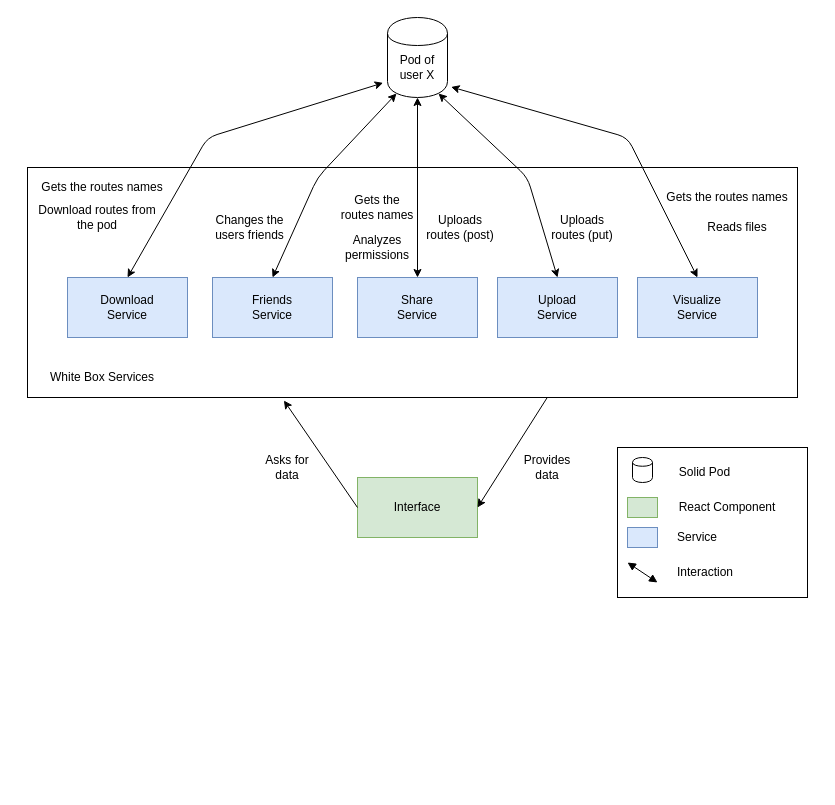
Arquisoft/viade_es1c keeps this draw.io diagram as src/docs/resources/doc05_whiteBoxServices.drawio. Above is the earlier version. Source tidied: cells renumbered, new cells numbered last; positions are measured from the earlier drawing's top-left corner, leaving out a move shared by most shapes. Both pictures are drawn from the tidied source at 100%, with x=0, y=0 at pixel (27, 17).
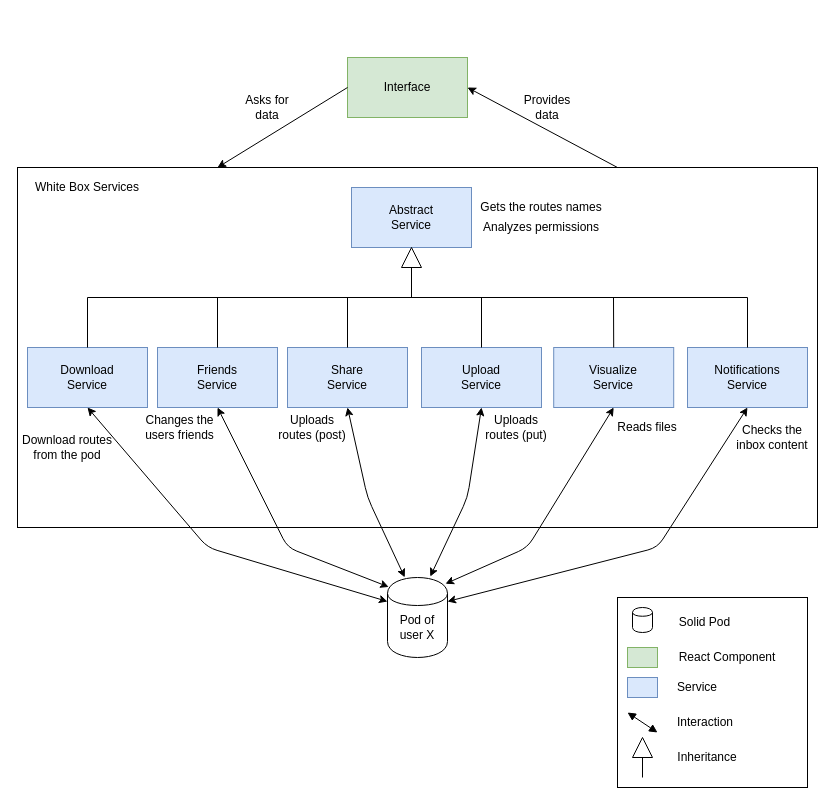
After the change.

What changed in the source:
```diff
@@
     <mxCell id="2" style="rounded=0;whiteSpace=wrap;html=1;" parent="1" vertex="1">
-      <mxGeometry y="150" width="770" height="230" as="geometry" />
+      <mxGeometry x="-10" y="150" width="800" height="360" as="geometry" />
     </mxCell>
     <mxCell id="3" style="shape=cylinder;whiteSpace=wrap;html=1;boundedLbl=1;backgroundOutline=1;" parent="1" vertex="1">
-      <mxGeometry x="360" width="60" height="80" as="geometry" />
+      <mxGeometry x="360" y="560" width="60" height="80" as="geometry" />
     </mxCell>
     <mxCell id="4" value="Pod of user X" style="text;html=1;strokeColor=none;fillColor=none;align=center;verticalAlign=middle;whiteSpace=wrap;rounded=0;" parent="1" vertex="1">
-      <mxGeometry x="370" y="40" width="40" height="20" as="geometry" />
+      <mxGeometry x="370" y="600" width="40" height="20" as="geometry" />
     </mxCell>
     <mxCell id="5" value="White Box Services" style="text;html=1;strokeColor=none;fillColor=none;align=center;verticalAlign=middle;whiteSpace=wrap;rounded=0;" parent="1" vertex="1">
-      <mxGeometry x="10" y="350" width="130" height="20" as="geometry" />
+      <mxGeometry x="-5" y="160" width="130" height="20" as="geometry" />
     </mxCell>
     <mxCell id="6" style="rounded=0;whiteSpace=wrap;html=1;fillColor=#dae8fc;strokeColor=#6c8ebf;" parent="1" vertex="1">
-      <mxGeometry x="330" y="260" width="120" height="60" as="geometry" />
+      <mxGeometry x="260" y="330" width="120" height="60" as="geometry" />
     </mxCell>
     <mxCell id="7" style="rounded=0;whiteSpace=wrap;html=1;fillColor=#dae8fc;strokeColor=#6c8ebf;" parent="1" vertex="1">
-      <mxGeometry x="40" y="260" width="120" height="60" as="geometry" />
+      <mxGeometry y="330" width="120" height="60" as="geometry" />
     </mxCell>
     <mxCell id="8" style="rounded=0;whiteSpace=wrap;html=1;fillColor=#dae8fc;strokeColor=#6c8ebf;" parent="1" vertex="1">
-      <mxGeometry x="185" y="260" width="120" height="60" as="geometry" />
+      <mxGeometry x="130" y="330" width="120" height="60" as="geometry" />
     </mxCell>
     <mxCell id="9" style="rounded=0;whiteSpace=wrap;html=1;fillColor=#dae8fc;strokeColor=#6c8ebf;" parent="1" vertex="1">
-      <mxGeometry x="470" y="260" width="120" height="60" as="geometry" />
+      <mxGeometry x="394" y="330" width="120" height="60" as="geometry" />
     </mxCell>
     <mxCell id="10" style="rounded=0;whiteSpace=wrap;html=1;fillColor=#dae8fc;strokeColor=#6c8ebf;" parent="1" vertex="1">
-      <mxGeometry x="610" y="260" width="120" height="60" as="geometry" />
+      <mxGeometry x="526.2" y="330" width="120" height="60" as="geometry" />
     </mxCell>
     <mxCell id="11" value="Download Service" style="text;html=1;strokeColor=none;fillColor=none;align=center;verticalAlign=middle;whiteSpace=wrap;rounded=0;" parent="1" vertex="1">
-      <mxGeometry x="80" y="280" width="40" height="20" as="geometry" />
+      <mxGeometry x="40" y="350" width="40" height="20" as="geometry" />
     </mxCell>
     <mxCell id="12" value="Friends Service" style="text;html=1;strokeColor=none;fillColor=none;align=center;verticalAlign=middle;whiteSpace=wrap;rounded=0;" parent="1" vertex="1">
-      <mxGeometry x="225" y="280" width="40" height="20" as="geometry" />
+      <mxGeometry x="170" y="350" width="40" height="20" as="geometry" />
     </mxCell>
     <mxCell id="13" value="Share Service" style="text;html=1;strokeColor=none;fillColor=none;align=center;verticalAlign=middle;whiteSpace=wrap;rounded=0;" parent="1" vertex="1">
-      <mxGeometry x="370" y="280" width="40" height="20" as="geometry" />
+      <mxGeometry x="300" y="350" width="40" height="20" as="geometry" />
     </mxCell>
     <mxCell id="14" value="Upload Service" style="text;html=1;strokeColor=none;fillColor=none;align=center;verticalAlign=middle;whiteSpace=wrap;rounded=0;" parent="1" vertex="1">
-      <mxGeometry x="510" y="280" width="40" height="20" as="geometry" />
+      <mxGeometry x="434" y="350" width="40" height="20" as="geometry" />
     </mxCell>
     <mxCell id="15" value="Visualize Service" style="text;html=1;strokeColor=none;fillColor=none;align=center;verticalAlign=middle;whiteSpace=wrap;rounded=0;" parent="1" vertex="1">
-      <mxGeometry x="650" y="280" width="40" height="20" as="geometry" />
+      <mxGeometry x="566.2" y="350" width="40" height="20" as="geometry" />
     </mxCell>
-    <mxCell id="16" value="Gets the routes names" style="text;html=1;strokeColor=none;fillColor=none;align=center;verticalAlign=middle;whiteSpace=wrap;rounded=0;" parent="1" vertex="1">
-      <mxGeometry x="10" y="160" width="130" height="20" as="geometry" />
-    </mxCell>
     <mxCell id="17" value="Download routes from the pod" style="text;html=1;strokeColor=none;fillColor=none;align=center;verticalAlign=middle;whiteSpace=wrap;rounded=0;" parent="1" vertex="1">
-      <mxGeometry x="10" y="190" width="120" height="20" as="geometry" />
+      <mxGeometry x="-10" y="420" width="100" height="20" as="geometry" />
     </mxCell>
     <mxCell id="18" value="Changes the users friends" style="text;html=1;strokeColor=none;fillColor=none;align=center;verticalAlign=middle;whiteSpace=wrap;rounded=0;" parent="1" vertex="1">
-      <mxGeometry x="180" y="200" width="85" height="20" as="geometry" />
+      <mxGeometry x="110" y="400" width="85" height="20" as="geometry" />
     </mxCell>
-    <mxCell id="19" value="Gets the routes names" style="text;html=1;strokeColor=none;fillColor=none;align=center;verticalAlign=middle;whiteSpace=wrap;rounded=0;" parent="1" vertex="1">
-      <mxGeometry x="310" y="180" width="80" height="20" as="geometry" />
-    </mxCell>
     <mxCell id="20" value="Analyzes permissions" style="text;html=1;strokeColor=none;fillColor=none;align=center;verticalAlign=middle;whiteSpace=wrap;rounded=0;" parent="1" vertex="1">
-      <mxGeometry x="320" y="220" width="60" height="20" as="geometry" />
+      <mxGeometry x="454" y="200" width="120" height="20" as="geometry" />
     </mxCell>
     <mxCell id="21" value="Uploads routes (post)" style="text;html=1;strokeColor=none;fillColor=none;align=center;verticalAlign=middle;whiteSpace=wrap;rounded=0;" parent="1" vertex="1">
-      <mxGeometry x="397.5" y="200" width="70" height="20" as="geometry" />
+      <mxGeometry x="250" y="400" width="70" height="20" as="geometry" />
     </mxCell>
     <mxCell id="22" value="Uploads routes (put)" style="text;html=1;strokeColor=none;fillColor=none;align=center;verticalAlign=middle;whiteSpace=wrap;rounded=0;" parent="1" vertex="1">
-      <mxGeometry x="520" y="200" width="70" height="20" as="geometry" />
+      <mxGeometry x="454" y="400" width="70" height="20" as="geometry" />
     </mxCell>
     <mxCell id="23" value="Gets the routes names" style="text;html=1;strokeColor=none;fillColor=none;align=center;verticalAlign=middle;whiteSpace=wrap;rounded=0;" parent="1" vertex="1">
-      <mxGeometry x="630" y="170" width="140" height="20" as="geometry" />
+      <mxGeometry x="444" y="180" width="140" height="20" as="geometry" />
     </mxCell>
     <mxCell id="24" value="Reads files" style="text;html=1;strokeColor=none;fillColor=none;align=center;verticalAlign=middle;whiteSpace=wrap;rounded=0;" parent="1" vertex="1">
-      <mxGeometry x="670" y="200" width="80" height="20" as="geometry" />
+      <mxGeometry x="580" y="400" width="80" height="20" as="geometry" />
     </mxCell>
     <mxCell id="25" style="rounded=0;whiteSpace=wrap;html=1;fillColor=#d5e8d4;strokeColor=#82b366;" parent="1" vertex="1">
-      <mxGeometry x="330" y="460" width="120" height="60" as="geometry" />
+      <mxGeometry x="320" y="40" width="120" height="60" as="geometry" />
     </mxCell>
     <mxCell id="26" value="Interface" style="text;html=1;strokeColor=none;fillColor=none;align=center;verticalAlign=middle;whiteSpace=wrap;rounded=0;" parent="1" vertex="1">
-      <mxGeometry x="370" y="480" width="40" height="20" as="geometry" />
+      <mxGeometry x="360" y="60" width="40" height="20" as="geometry" />
     </mxCell>
-    <mxCell id="27" style="endArrow=classic;html=1;exitX=0;exitY=0.5;exitDx=0;exitDy=0;entryX=0.333;entryY=1.013;entryDx=0;entryDy=0;entryPerimeter=0;" parent="1" edge="1" source="25" target="2">
+    <mxCell id="27" style="endArrow=classic;html=1;exitX=0;exitY=0.5;exitDx=0;exitDy=0;entryX=0.25;entryY=0;entryDx=0;entryDy=0;" parent="1" edge="1" source="25" target="2">
       <mxGeometry relative="1" as="geometry" />
     </mxCell>
-    <mxCell id="28" style="endArrow=classic;html=1;entryX=1;entryY=0.5;entryDx=0;entryDy=0;exitX=0.675;exitY=1;exitDx=0;exitDy=0;exitPerimeter=0;" parent="1" edge="1" source="2" target="25">
+    <mxCell id="28" style="endArrow=classic;html=1;entryX=1;entryY=0.5;entryDx=0;entryDy=0;exitX=0.75;exitY=0;exitDx=0;exitDy=0;" parent="1" edge="1" source="2" target="25">
       <mxGeometry relative="1" as="geometry" />
     </mxCell>
     <mxCell id="29" value="Asks for data" style="text;html=1;strokeColor=none;fillColor=none;align=center;verticalAlign=middle;whiteSpace=wrap;rounded=0;" parent="1" vertex="1">
-      <mxGeometry x="230" y="440" width="60" height="20" as="geometry" />
+      <mxGeometry x="210" y="80" width="60" height="20" as="geometry" />
     </mxCell>
     <mxCell id="30" value="Provides data" style="text;html=1;strokeColor=none;fillColor=none;align=center;verticalAlign=middle;whiteSpace=wrap;rounded=0;" parent="1" vertex="1">
-      <mxGeometry x="500" y="440" width="40" height="20" as="geometry" />
+      <mxGeometry x="500" y="80" width="40" height="20" as="geometry" />
     </mxCell>
-    <mxCell id="31" style="endArrow=classic;startArrow=classic;html=1;entryX=-0.073;entryY=0.817;entryDx=0;entryDy=0;entryPerimeter=0;exitX=0.5;exitY=0;exitDx=0;exitDy=0;" parent="1" edge="1" source="7" target="3">
+    <mxCell id="31" style="endArrow=classic;startArrow=classic;html=1;entryX=0;entryY=0.3;entryDx=0;entryDy=0;exitX=0.5;exitY=1;exitDx=0;exitDy=0;" parent="1" edge="1" source="7" target="3">
       <mxGeometry relative="1" as="geometry">
         <Array as="points">
-          <mxPoint x="180" y="120" />
+          <mxPoint x="180" y="530" />
         </Array>
       </mxGeometry>
     </mxCell>
-    <mxCell id="32" style="endArrow=classic;startArrow=classic;html=1;entryX=0.15;entryY=0.95;entryDx=0;entryDy=0;entryPerimeter=0;exitX=0.5;exitY=0;exitDx=0;exitDy=0;" parent="1" edge="1" source="8" target="3">
-      <mxGeometry relative="1" as="geometry">
-        <Array as="points">
-          <mxPoint x="290" y="160" />
-        </Array>
-      </mxGeometry>
-    </mxCell>
-    <mxCell id="33" style="endArrow=classic;startArrow=classic;html=1;entryX=0.5;entryY=1;entryDx=0;entryDy=0;exitX=0.5;exitY=0;exitDx=0;exitDy=0;" parent="1" edge="1" source="6" target="3">
-      <mxGeometry relative="1" as="geometry" />
-    </mxCell>
-    <mxCell id="34" style="endArrow=classic;startArrow=classic;html=1;entryX=0.85;entryY=0.95;entryDx=0;entryDy=0;entryPerimeter=0;exitX=0.5;exitY=0;exitDx=0;exitDy=0;" parent="1" edge="1" source="9" target="3">
-      <mxGeometry relative="1" as="geometry">
-        <Array as="points">
-          <mxPoint x="500" y="160" />
-        </Array>
-      </mxGeometry>
-    </mxCell>
-    <mxCell id="35" style="endArrow=classic;startArrow=classic;html=1;exitX=0.5;exitY=0;exitDx=0;exitDy=0;entryX=1.06;entryY=0.868;entryDx=0;entryDy=0;entryPerimeter=0;" parent="1" edge="1" source="10" target="3">
-      <mxGeometry relative="1" as="geometry">
-        <Array as="points">
-          <mxPoint x="600" y="120" />
-        </Array>
-      </mxGeometry>
-    </mxCell>
     <mxCell id="36" style="rounded=0;whiteSpace=wrap;html=1;" parent="1" vertex="1">
-      <mxGeometry x="590" y="430" width="190" height="150" as="geometry" />
+      <mxGeometry x="590" y="580" width="190" height="190" as="geometry" />
     </mxCell>
     <mxCell id="37" style="rounded=0;whiteSpace=wrap;html=1;fillColor=#d5e8d4;strokeColor=#82b366;" parent="1" vertex="1">
-      <mxGeometry x="600" y="480" width="30" height="20" as="geometry" />
+      <mxGeometry x="600" y="630" width="30" height="20" as="geometry" />
     </mxCell>
     <mxCell id="38" value="React Component" style="text;html=1;strokeColor=none;fillColor=none;align=center;verticalAlign=middle;whiteSpace=wrap;rounded=0;" parent="1" vertex="1">
-      <mxGeometry x="646.2" y="480" width="107.5" height="20" as="geometry" />
+      <mxGeometry x="646.2" y="630" width="107.5" height="20" as="geometry" />
     </mxCell>
     <mxCell id="39" style="shape=cylinder;whiteSpace=wrap;html=1;boundedLbl=1;backgroundOutline=1;" parent="1" vertex="1">
-      <mxGeometry x="605" y="440" width="20" height="25" as="geometry" />
+      <mxGeometry x="605" y="590" width="20" height="25" as="geometry" />
     </mxCell>
     <mxCell id="40" value="Solid Pod" style="text;html=1;strokeColor=none;fillColor=none;align=center;verticalAlign=middle;whiteSpace=wrap;rounded=0;" parent="1" vertex="1">
-      <mxGeometry x="650" y="445" width="55" height="20" as="geometry" />
+      <mxGeometry x="650" y="595" width="55" height="20" as="geometry" />
     </mxCell>
     <mxCell id="41" style="rounded=0;whiteSpace=wrap;html=1;fillColor=#dae8fc;strokeColor=#6c8ebf;" parent="1" vertex="1">
-      <mxGeometry x="600" y="510" width="30" height="20" as="geometry" />
+      <mxGeometry x="600" y="660" width="30" height="20" as="geometry" />
     </mxCell>
     <mxCell id="42" value="Service" style="text;html=1;strokeColor=none;fillColor=none;align=center;verticalAlign=middle;whiteSpace=wrap;rounded=0;" parent="1" vertex="1">
-      <mxGeometry x="650" y="510" width="40" height="20" as="geometry" />
+      <mxGeometry x="650" y="660" width="40" height="20" as="geometry" />
     </mxCell>
     <mxCell id="43" style="endArrow=block;startArrow=block;endFill=1;startFill=1;html=1;" parent="1" edge="1">
       <mxGeometry relative="1" as="geometry">
-        <mxPoint x="600" y="545" as="sourcePoint" />
-        <mxPoint x="630" y="565" as="targetPoint" />
+        <mxPoint x="600" y="695" as="sourcePoint" />
+        <mxPoint x="630" y="715" as="targetPoint" />
       </mxGeometry>
     </mxCell>
     <mxCell id="44" value="Interaction" style="text;html=1;strokeColor=none;fillColor=none;align=center;verticalAlign=middle;whiteSpace=wrap;rounded=0;" parent="1" vertex="1">
-      <mxGeometry x="651.2" y="545" width="53.8" height="20" as="geometry" />
+      <mxGeometry x="651.2" y="695" width="53.8" height="20" as="geometry" />
     </mxCell>
+    <mxCell id="45" style="rounded=0;whiteSpace=wrap;html=1;fillColor=#dae8fc;strokeColor=#6c8ebf;" parent="1" vertex="1">
+      <mxGeometry x="660" y="330" width="120" height="60" as="geometry" />
+    </mxCell>
+    <mxCell id="46" value="Notifications Service" style="text;html=1;strokeColor=none;fillColor=none;align=center;verticalAlign=middle;whiteSpace=wrap;rounded=0;" parent="1" vertex="1">
+      <mxGeometry x="695" y="350" width="50" height="20" as="geometry" />
+    </mxCell>
+    <mxCell id="47" value="Checks the inbox content" style="text;html=1;strokeColor=none;fillColor=none;align=center;verticalAlign=middle;whiteSpace=wrap;rounded=0;" parent="1" vertex="1">
+      <mxGeometry x="705" y="410" width="80" height="20" as="geometry" />
+    </mxCell>
+    <mxCell id="48" style="rounded=0;whiteSpace=wrap;html=1;fillColor=#dae8fc;strokeColor=#6c8ebf;" parent="1" vertex="1">
+      <mxGeometry x="324" y="170" width="120" height="60" as="geometry" />
+    </mxCell>
+    <mxCell id="49" value="Abstract Service" style="text;html=1;strokeColor=none;fillColor=none;align=center;verticalAlign=middle;whiteSpace=wrap;rounded=0;" parent="1" vertex="1">
+      <mxGeometry x="359" y="190" width="50" height="20" as="geometry" />
+    </mxCell>
+    <mxCell id="50" style="triangle;whiteSpace=wrap;html=1;rotation=-90;" parent="1" vertex="1">
+      <mxGeometry x="374" y="230" width="20" height="20" as="geometry" />
+    </mxCell>
+    <mxCell id="51" style="triangle;whiteSpace=wrap;html=1;rotation=-90;" parent="1" vertex="1">
+      <mxGeometry x="605" y="720" width="20" height="20" as="geometry" />
+    </mxCell>
+    <mxCell id="52" style="endArrow=none;html=1;entryX=0;entryY=0.5;entryDx=0;entryDy=0;" parent="1" edge="1" target="51">
+      <mxGeometry relative="1" as="geometry">
+        <mxPoint x="615" y="760" as="sourcePoint" />
+      </mxGeometry>
+    </mxCell>
+    <mxCell id="53" value="Inheritance" style="text;html=1;strokeColor=none;fillColor=none;align=center;verticalAlign=middle;whiteSpace=wrap;rounded=0;" parent="1" vertex="1">
+      <mxGeometry x="650" y="730" width="60" height="20" as="geometry" />
+    </mxCell>
+    <mxCell id="54" style="endArrow=none;html=1;entryX=0;entryY=0.5;entryDx=0;entryDy=0;exitX=0.5;exitY=0;exitDx=0;exitDy=0;rounded=0;" parent="1" edge="1" source="8" target="50">
+      <mxGeometry relative="1" as="geometry">
+        <Array as="points">
+          <mxPoint x="190" y="280" />
+          <mxPoint x="384" y="280" />
+        </Array>
+      </mxGeometry>
+    </mxCell>
+    <mxCell id="55" style="endArrow=none;html=1;entryX=0;entryY=0.5;entryDx=0;entryDy=0;exitX=0.5;exitY=0;exitDx=0;exitDy=0;rounded=0;" parent="1" edge="1" source="10" target="50">
+      <mxGeometry relative="1" as="geometry">
+        <Array as="points">
+          <mxPoint x="586" y="280" />
+          <mxPoint x="384" y="280" />
+        </Array>
+      </mxGeometry>
+    </mxCell>
+    <mxCell id="56" style="endArrow=none;html=1;entryX=0;entryY=0.5;entryDx=0;entryDy=0;exitX=0.5;exitY=0;exitDx=0;exitDy=0;rounded=0;" parent="1" edge="1" source="45" target="50">
+      <mxGeometry relative="1" as="geometry">
+        <Array as="points">
+          <mxPoint x="720" y="280" />
+          <mxPoint x="384" y="280" />
+        </Array>
+      </mxGeometry>
+    </mxCell>
+    <mxCell id="57" style="endArrow=none;html=1;entryX=0;entryY=0.5;entryDx=0;entryDy=0;exitX=0.5;exitY=0;exitDx=0;exitDy=0;rounded=0;" parent="1" edge="1" source="7" target="50">
+      <mxGeometry relative="1" as="geometry">
+        <Array as="points">
+          <mxPoint x="60" y="280" />
+          <mxPoint x="384" y="280" />
+        </Array>
+      </mxGeometry>
+    </mxCell>
+    <mxCell id="58" style="endArrow=classic;startArrow=classic;html=1;entryX=0.5;entryY=1;entryDx=0;entryDy=0;exitX=0.02;exitY=0.118;exitDx=0;exitDy=0;exitPerimeter=0;" parent="1" edge="1" source="3" target="8">
+      <mxGeometry relative="1" as="geometry">
+        <Array as="points">
+          <mxPoint x="260" y="530" />
+        </Array>
+      </mxGeometry>
+    </mxCell>
+    <mxCell id="59" style="endArrow=classic;startArrow=classic;html=1;entryX=0.5;entryY=1;entryDx=0;entryDy=0;exitX=0.287;exitY=-0.002;exitDx=0;exitDy=0;exitPerimeter=0;" parent="1" edge="1" source="3" target="6">
+      <mxGeometry relative="1" as="geometry">
+        <Array as="points">
+          <mxPoint x="340" y="480" />
+        </Array>
+      </mxGeometry>
+    </mxCell>
+    <mxCell id="60" style="endArrow=classic;startArrow=classic;html=1;entryX=0.5;entryY=1;entryDx=0;entryDy=0;exitX=0.713;exitY=-0.012;exitDx=0;exitDy=0;exitPerimeter=0;" parent="1" edge="1" source="3" target="9">
+      <mxGeometry relative="1" as="geometry">
+        <Array as="points">
+          <mxPoint x="440" y="480" />
+        </Array>
+      </mxGeometry>
+    </mxCell>
+    <mxCell id="61" style="endArrow=classic;startArrow=classic;html=1;entryX=0.5;entryY=1;entryDx=0;entryDy=0;exitX=0.967;exitY=0.078;exitDx=0;exitDy=0;exitPerimeter=0;" parent="1" edge="1" source="3" target="10">
+      <mxGeometry relative="1" as="geometry">
+        <Array as="points">
+          <mxPoint x="500" y="530" />
+        </Array>
+      </mxGeometry>
+    </mxCell>
+    <mxCell id="62" style="endArrow=classic;startArrow=classic;html=1;entryX=0.5;entryY=1;entryDx=0;entryDy=0;exitX=1;exitY=0.3;exitDx=0;exitDy=0;" parent="1" edge="1" source="3" target="45">
+      <mxGeometry relative="1" as="geometry">
+        <Array as="points">
+          <mxPoint x="630" y="530" />
+        </Array>
+      </mxGeometry>
+    </mxCell>
+    <mxCell id="63" style="endArrow=none;html=1;entryX=0;entryY=0.5;entryDx=0;entryDy=0;rounded=0;exitX=0.5;exitY=0;exitDx=0;exitDy=0;" parent="1" edge="1" source="9" target="50">
+      <mxGeometry relative="1" as="geometry">
+        <Array as="points">
+          <mxPoint x="454" y="280" />
+          <mxPoint x="384" y="280" />
+        </Array>
+      </mxGeometry>
+    </mxCell>
+    <mxCell id="64" style="endArrow=none;html=1;exitX=0.5;exitY=0;exitDx=0;exitDy=0;entryX=0;entryY=0.5;entryDx=0;entryDy=0;rounded=0;" parent="1" edge="1" source="6" target="50">
+      <mxGeometry relative="1" as="geometry">
+        <Array as="points">
+          <mxPoint x="320" y="280" />
+          <mxPoint x="384" y="280" />
+        </Array>
+      </mxGeometry>
+    </mxCell>
```
